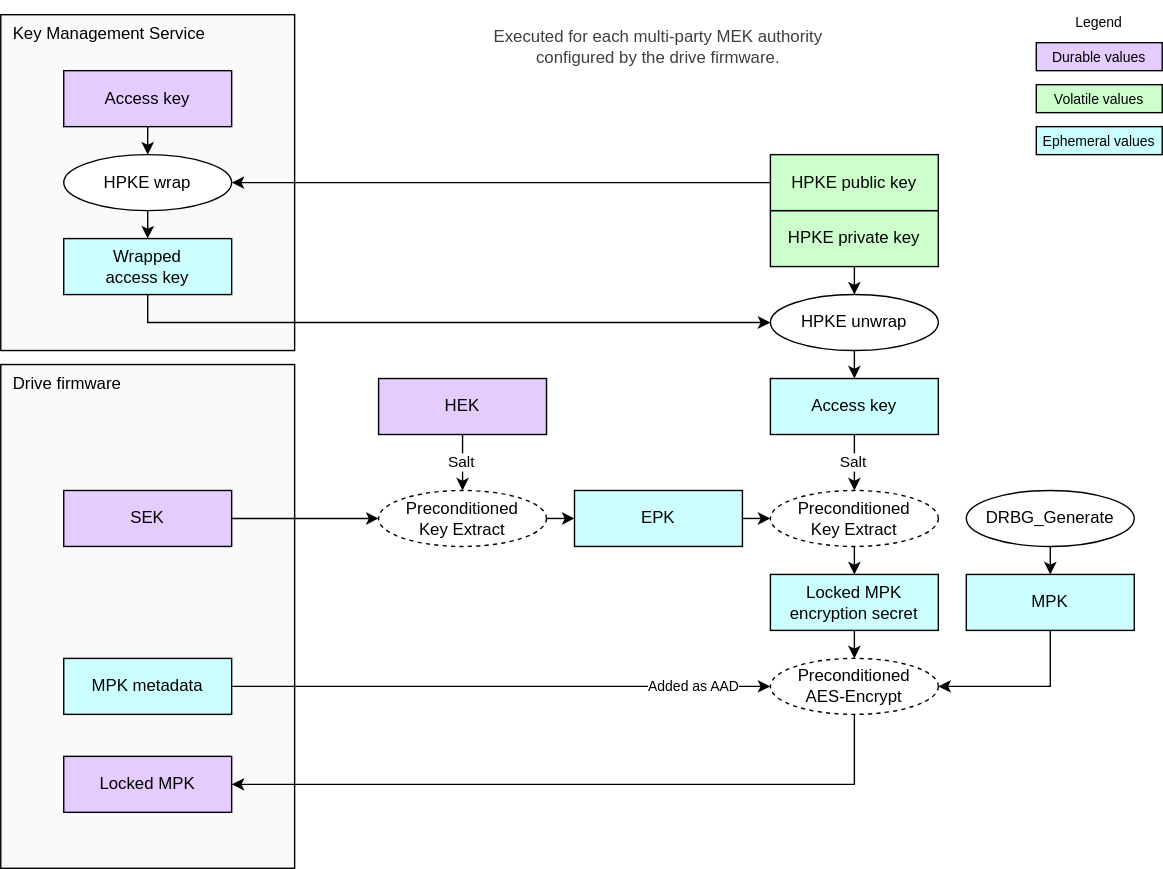
Before: doc/ocp_lock/diagrams/mpk_generate.drawio.svg, a diagram exported from draw.io (chipsalliance/Caliptra). Source tidied: cells renumbered, new cells last; positions are measured from the earlier drawing's top-left corner, leaving out a move shared by most shapes.
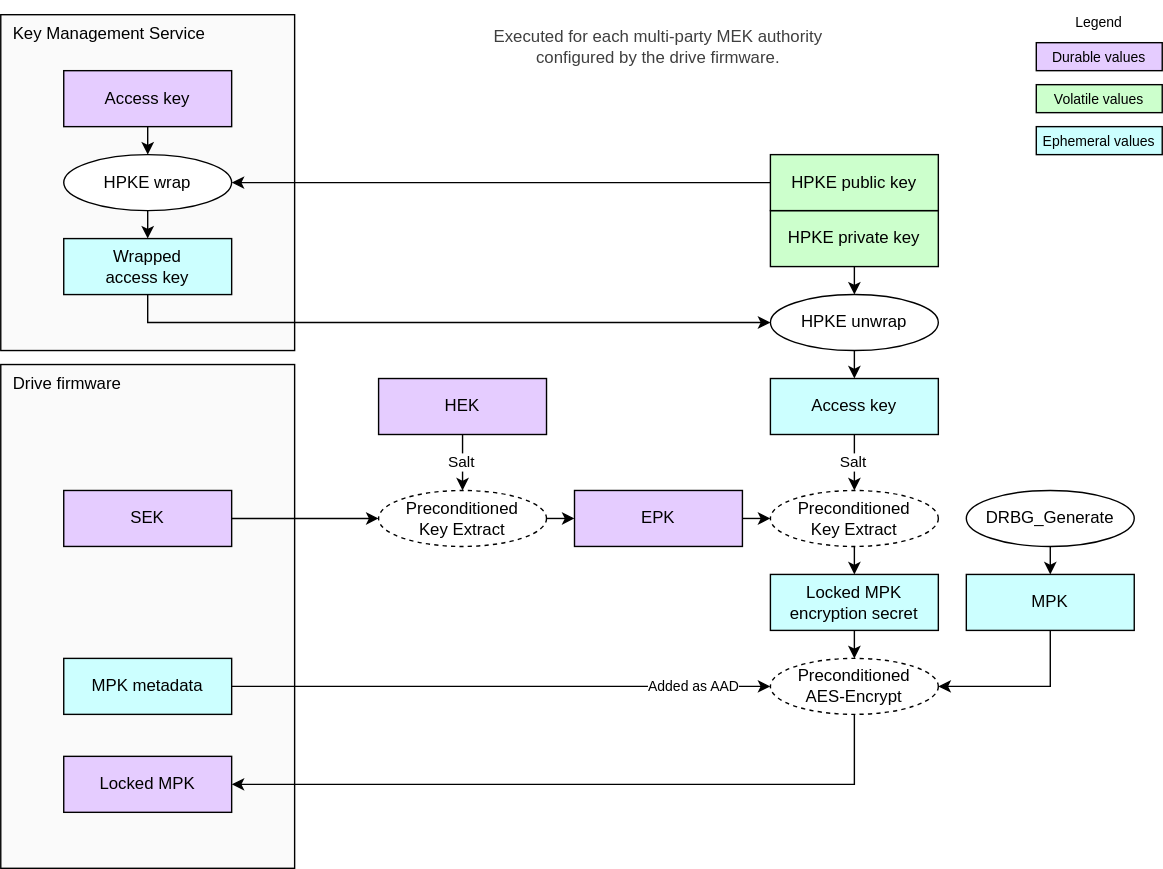
The same diagram one commit later.

Diff of the diagram source:
```diff
@@ -131,7 +131,7 @@
     <mxCell id="42" style="edgeStyle=none;html=1;exitX=1;exitY=0.5;exitDx=0;exitDy=0;entryX=0;entryY=0.5;entryDx=0;entryDy=0;" parent="1" edge="1" source="43" target="44">
       <mxGeometry relative="1" as="geometry" />
     </mxCell>
-    <mxCell id="43" value="&lt;div&gt;&lt;font color=&quot;#000000&quot;&gt;EPK&lt;/font&gt;&lt;/div&gt;" style="rounded=0;whiteSpace=wrap;html=1;align=center;verticalAlign=middle;shadow=0;glass=0;spacingLeft=0;spacingBottom=0;spacingTop=0;fillColor=#CCFFFF;" parent="1" vertex="1">
+    <mxCell id="43" value="&lt;div&gt;&lt;font color=&quot;#000000&quot;&gt;EPK&lt;/font&gt;&lt;/div&gt;" style="rounded=0;whiteSpace=wrap;html=1;align=center;verticalAlign=middle;shadow=0;glass=0;spacingLeft=0;spacingBottom=0;spacingTop=0;fillColor=#E5CCFF;" parent="1" vertex="1">
       <mxGeometry x="410" y="350" width="120" height="40" as="geometry" />
     </mxCell>
     <mxCell id="44" value="&lt;span style=&quot;color: rgb(0, 0, 0);&quot;&gt;Preconditioned&lt;/span&gt;&lt;div&gt;Key Extract&lt;/div&gt;" style="ellipse;whiteSpace=wrap;html=1;fillColor=#FFFFFF;dashed=1;" parent="1" vertex="1">
```
